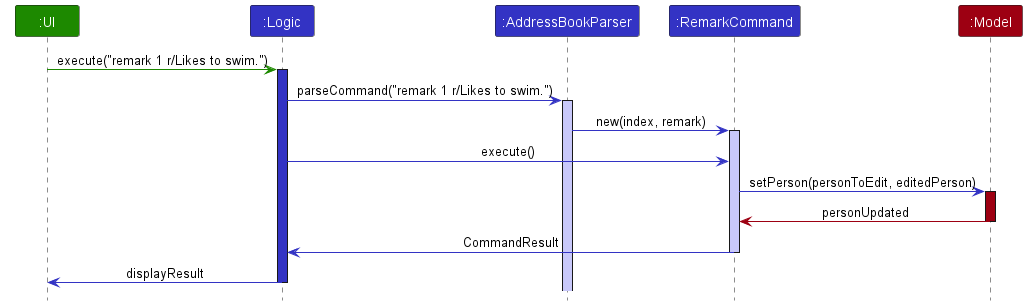
Above: docs/images/RemarkCommandSequenceDiagram.png in NewtonKoh/tp (PlantUML), before the change.
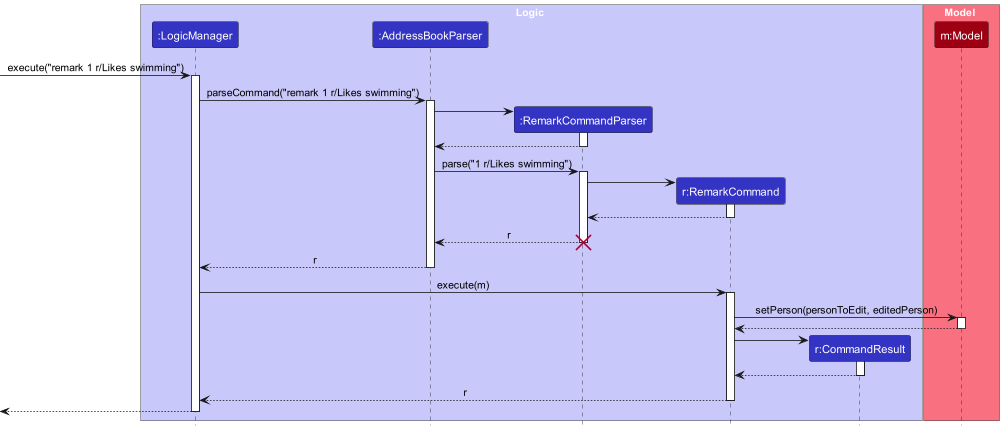
The same diagram one commit later.

The edit, as a diff of the source:
```diff
@@ -2,32 +2,67 @@
 !include style.puml
 skinparam ArrowFontStyle plain
 
-participant ":UI" as UI UI_COLOR
-participant ":Logic" as Logic LOGIC_COLOR
-participant ":AddressBookParser" as Parser LOGIC_COLOR
-participant ":RemarkCommand" as RemarkCmd LOGIC_COLOR
-participant ":Model" as Model MODEL_COLOR
+box Logic LOGIC_COLOR_T1
+participant ":LogicManager" as LogicManager LOGIC_COLOR
+participant ":AddressBookParser" as AddressBookParser LOGIC_COLOR
+participant ":RemarkCommandParser" as RemarkCommandParser LOGIC_COLOR
+participant "r:RemarkCommand" as RemarkCommand LOGIC_COLOR
+participant "r:CommandResult" as CommandResult LOGIC_COLOR
+end box
 
-UI -[UI_COLOR]> Logic : execute("remark 1 r/Likes to swim.")
-activate Logic LOGIC_COLOR
+box Model MODEL_COLOR_T1
+participant "m:Model" as Model MODEL_COLOR
+end box
 
-Logic -[LOGIC_COLOR]> Parser : parseCommand("remark 1 r/Likes to swim.")
-activate Parser LOGIC_COLOR_T1
+[-> LogicManager : execute("remark 1 r/Likes swimming")
+activate LogicManager
 
-Parser -[LOGIC_COLOR]> RemarkCmd : new(index, remark)
-activate RemarkCmd LOGIC_COLOR_T1
+LogicManager -> AddressBookParser : parseCommand("remark 1 r/Likes swimming")
+activate AddressBookParser
 
-Logic -[LOGIC_COLOR]> RemarkCmd : execute()
-RemarkCmd -[LOGIC_COLOR]> Model : setPerson(personToEdit, editedPerson)
-activate Model MODEL_COLOR
+create RemarkCommandParser
+AddressBookParser -> RemarkCommandParser
+activate RemarkCommandParser
 
-Model -[MODEL_COLOR]> RemarkCmd : personUpdated
+RemarkCommandParser --> AddressBookParser
+deactivate RemarkCommandParser
+
+AddressBookParser -> RemarkCommandParser : parse("1 r/Likes swimming")
+activate RemarkCommandParser
+
+create RemarkCommand
+RemarkCommandParser -> RemarkCommand
+activate RemarkCommand
+
+RemarkCommand --> RemarkCommandParser :
+deactivate RemarkCommand
+
+RemarkCommandParser --> AddressBookParser : r
+deactivate RemarkCommandParser
+destroy RemarkCommandParser
+
+AddressBookParser --> LogicManager : r
+deactivate AddressBookParser
+
+LogicManager -> RemarkCommand : execute(m)
+activate RemarkCommand
+
+RemarkCommand -> Model : setPerson(personToEdit, editedPerson)
+activate Model
+
+Model --> RemarkCommand
 deactivate Model
 
-RemarkCmd -[LOGIC_COLOR]> Logic : CommandResult
-deactivate RemarkCmd
+create CommandResult
+RemarkCommand -> CommandResult
+activate CommandResult
 
-Logic -[LOGIC_COLOR]> UI : displayResult
-deactivate Logic
+CommandResult --> RemarkCommand
+deactivate CommandResult
 
+RemarkCommand --> LogicManager : r
+deactivate RemarkCommand
+
+[<-- LogicManager
+deactivate LogicManager
 @enduml
```
